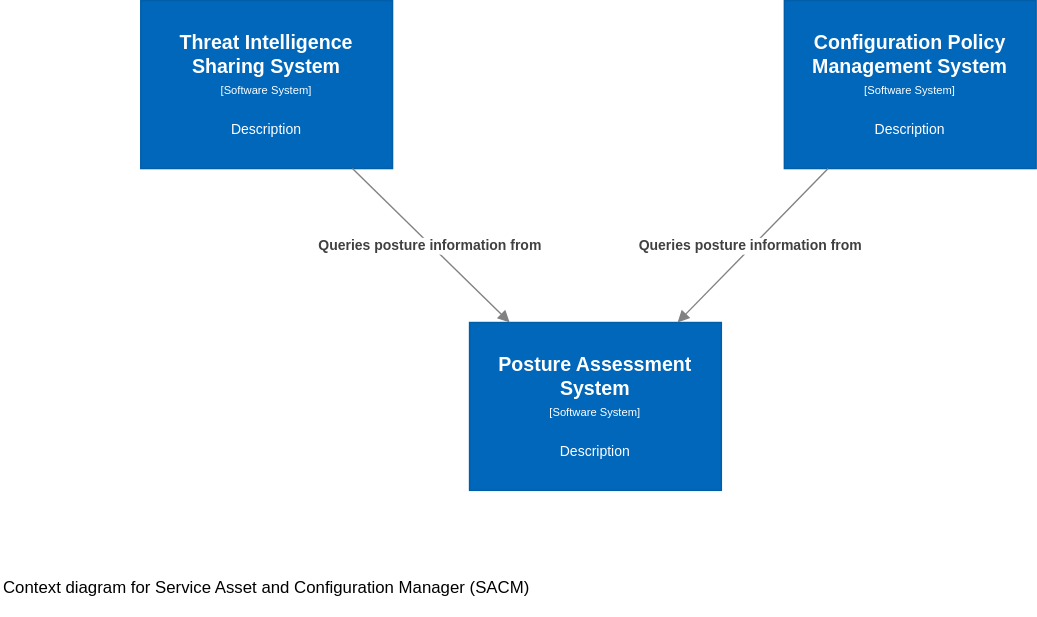
opencybersecurityalliance/documentation keeps this draw.io diagram as Architecture Documents/scap-context.svg. Above is the earlier version. Source tidied: cells renumbered, new cells last; positions are measured from the earlier drawing's top-left corner, leaving out a move shared by most shapes. The source it was exported from:
```xml
<mxGraphModel>
  <root>
    <mxCell id="0" />
    <mxCell id="1" parent="0" />
    <object id="2" label="&lt;div&gt;&lt;span style=&quot;font-size: 14px&quot;&gt;&lt;b&gt;Posture Assessment System&lt;/b&gt;&lt;/span&gt;&lt;/div&gt;&lt;div&gt;&lt;span style=&quot;font-size: 8px&quot;&gt;[Software System]&lt;/span&gt;&lt;/div&gt;&lt;div&gt;&lt;span style=&quot;font-size: 8px&quot;&gt;&lt;br&gt;&lt;/span&gt;&lt;/div&gt;&lt;div&gt;&lt;font size=&quot;1&quot;&gt;%description%&lt;/font&gt;&lt;/div&gt;" description="Description" name="Software System Name" placeholders="1">
      <mxCell style="rounded=0;whiteSpace=wrap;html=1;fillColor=#0067BA;fontColor=#FFFFFF;strokeColor=#005DA8;" parent="1" vertex="1">
        <mxGeometry x="335" y="230" width="180" height="120" as="geometry" />
      </mxCell>
    </object>
    <object id="3" label="&lt;div&gt;&lt;span style=&quot;font-size: 14px&quot;&gt;&lt;b&gt;Threat Intelligence Sharing System&lt;/b&gt;&lt;/span&gt;&lt;/div&gt;&lt;div&gt;&lt;span style=&quot;font-size: 8px&quot;&gt;[Software System]&lt;/span&gt;&lt;br&gt;&lt;/div&gt;&lt;div&gt;&lt;span style=&quot;font-size: 8px&quot;&gt;&lt;br&gt;&lt;/span&gt;&lt;/div&gt;&lt;div&gt;&lt;font size=&quot;1&quot;&gt;%description%&lt;/font&gt;&lt;/div&gt;" description="Description" name="Software System Name" placeholders="1">
      <mxCell style="rounded=0;whiteSpace=wrap;html=1;fillColor=#0067BA;fontColor=#FFFFFF;strokeColor=#005DA8;" parent="1" vertex="1">
        <mxGeometry x="100" width="180" height="120" as="geometry" />
      </mxCell>
    </object>
    <object id="4" label="&lt;div&gt;&lt;span style=&quot;font-size: 14px&quot;&gt;&lt;b&gt;Configuration Policy Management System&lt;/b&gt;&lt;/span&gt;&lt;/div&gt;&lt;div&gt;&lt;span style=&quot;font-size: 8px&quot;&gt;[Software System]&lt;/span&gt;&lt;br&gt;&lt;/div&gt;&lt;div&gt;&lt;span style=&quot;font-size: 8px&quot;&gt;&lt;br&gt;&lt;/span&gt;&lt;/div&gt;&lt;div&gt;&lt;font size=&quot;1&quot;&gt;%description%&lt;/font&gt;&lt;/div&gt;" description="Description" name="Software System Name" placeholders="1">
      <mxCell style="rounded=0;whiteSpace=wrap;html=1;fillColor=#0067BA;fontColor=#FFFFFF;strokeColor=#005DA8;" parent="1" vertex="1">
        <mxGeometry x="560" width="180" height="120" as="geometry" />
      </mxCell>
    </object>
    <object id="5" label="&lt;span style=&quot;font-size: 10px&quot;&gt;&lt;b&gt;Queries posture information from&amp;nbsp;&lt;/b&gt;&lt;br&gt;&lt;/span&gt;" name="Data Flow Item Name" placeholders="1" technology="HTTP">
      <mxCell style="endArrow=block;html=1;fontSize=10;fontColor=#404040;strokeWidth=1;endFill=1;strokeColor=#828282;elbow=vertical;" parent="1" edge="1" source="3" target="2">
        <mxGeometry relative="1" as="geometry" />
      </mxCell>
    </object>
    <object id="6" label="&lt;span style=&quot;font-size: 10px&quot;&gt;&lt;b&gt;Queries posture information from&amp;nbsp;&lt;/b&gt;&lt;br&gt;&lt;/span&gt;" name="Data Flow Item Name" placeholders="1" technology="HTTP">
      <mxCell style="endArrow=block;html=1;fontSize=10;fontColor=#404040;strokeWidth=1;endFill=1;strokeColor=#828282;elbow=vertical;" parent="1" edge="1" source="4" target="2">
        <mxGeometry relative="1" as="geometry" />
      </mxCell>
    </object>
    <mxCell id="7" value="Context diagram for Service Asset and Configuration Manager (SACM)&lt;br&gt;" style="text;html=1;strokeColor=none;fillColor=none;align=left;verticalAlign=middle;whiteSpace=wrap;rounded=0;" parent="1" vertex="1">
      <mxGeometry y="400" width="430" height="40" as="geometry" />
    </mxCell>
  </root>
</mxGraphModel>
```
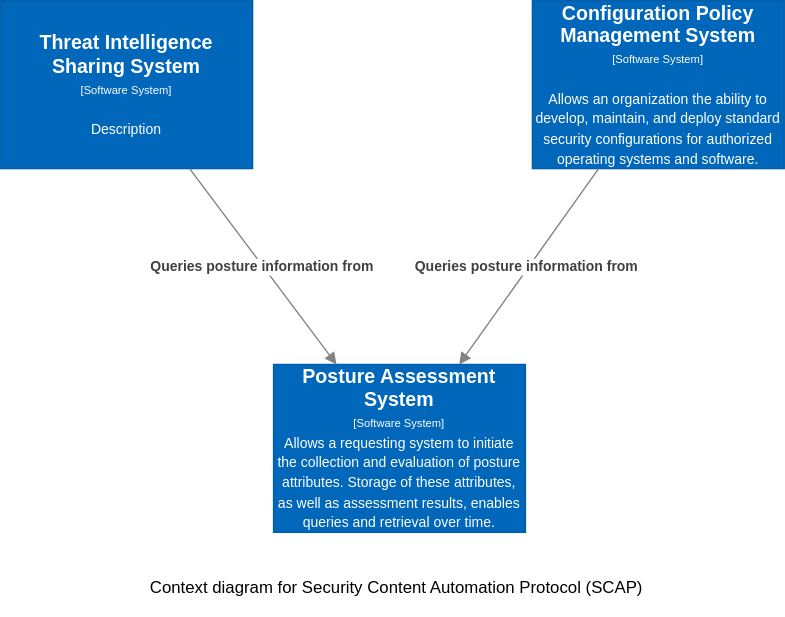
Above is the later version.

Commit message:
Re-export the SVGs

Change to the diagram source:
```diff
@@ -2,19 +2,19 @@
   <root>
     <mxCell id="0" />
     <mxCell id="1" parent="0" />
-    <object id="2" label="&lt;div&gt;&lt;span style=&quot;font-size: 14px&quot;&gt;&lt;b&gt;Posture Assessment System&lt;/b&gt;&lt;/span&gt;&lt;/div&gt;&lt;div&gt;&lt;span style=&quot;font-size: 8px&quot;&gt;[Software System]&lt;/span&gt;&lt;/div&gt;&lt;div&gt;&lt;span style=&quot;font-size: 8px&quot;&gt;&lt;br&gt;&lt;/span&gt;&lt;/div&gt;&lt;div&gt;&lt;font size=&quot;1&quot;&gt;%description%&lt;/font&gt;&lt;/div&gt;" description="Description" name="Software System Name" placeholders="1">
+    <object id="2" label="&lt;div&gt;&lt;span style=&quot;font-size: 14px&quot;&gt;&lt;b&gt;Posture Assessment System&lt;/b&gt;&lt;/span&gt;&lt;/div&gt;&lt;div&gt;&lt;span style=&quot;font-size: 8px&quot;&gt;[Software System]&lt;/span&gt;&lt;/div&gt;&lt;div&gt;&lt;font size=&quot;1&quot;&gt;Allows a requesting system to initiate the collection and evaluation of posture attributes. Storage of these attributes, as well as assessment results, enables queries and retrieval over time.&lt;/font&gt;&lt;/div&gt;" description="Description" name="Software System Name" placeholders="1">
       <mxCell style="rounded=0;whiteSpace=wrap;html=1;fillColor=#0067BA;fontColor=#FFFFFF;strokeColor=#005DA8;" parent="1" vertex="1">
-        <mxGeometry x="335" y="230" width="180" height="120" as="geometry" />
+        <mxGeometry x="-1365" y="220" width="180" height="120" as="geometry" />
       </mxCell>
     </object>
     <object id="3" label="&lt;div&gt;&lt;span style=&quot;font-size: 14px&quot;&gt;&lt;b&gt;Threat Intelligence Sharing System&lt;/b&gt;&lt;/span&gt;&lt;/div&gt;&lt;div&gt;&lt;span style=&quot;font-size: 8px&quot;&gt;[Software System]&lt;/span&gt;&lt;br&gt;&lt;/div&gt;&lt;div&gt;&lt;span style=&quot;font-size: 8px&quot;&gt;&lt;br&gt;&lt;/span&gt;&lt;/div&gt;&lt;div&gt;&lt;font size=&quot;1&quot;&gt;%description%&lt;/font&gt;&lt;/div&gt;" description="Description" name="Software System Name" placeholders="1">
       <mxCell style="rounded=0;whiteSpace=wrap;html=1;fillColor=#0067BA;fontColor=#FFFFFF;strokeColor=#005DA8;" parent="1" vertex="1">
-        <mxGeometry x="100" width="180" height="120" as="geometry" />
+        <mxGeometry x="-1560" y="-40" width="180" height="120" as="geometry" />
       </mxCell>
     </object>
-    <object id="4" label="&lt;div&gt;&lt;span style=&quot;font-size: 14px&quot;&gt;&lt;b&gt;Configuration Policy Management System&lt;/b&gt;&lt;/span&gt;&lt;/div&gt;&lt;div&gt;&lt;span style=&quot;font-size: 8px&quot;&gt;[Software System]&lt;/span&gt;&lt;br&gt;&lt;/div&gt;&lt;div&gt;&lt;span style=&quot;font-size: 8px&quot;&gt;&lt;br&gt;&lt;/span&gt;&lt;/div&gt;&lt;div&gt;&lt;font size=&quot;1&quot;&gt;%description%&lt;/font&gt;&lt;/div&gt;" description="Description" name="Software System Name" placeholders="1">
+    <object id="4" label="&lt;div&gt;&lt;span style=&quot;font-size: 14px&quot;&gt;&lt;b&gt;Configuration Policy Management System&lt;/b&gt;&lt;/span&gt;&lt;/div&gt;&lt;div&gt;&lt;span style=&quot;font-size: 8px&quot;&gt;[Software System]&lt;/span&gt;&lt;br&gt;&lt;/div&gt;&lt;div&gt;&lt;span style=&quot;font-size: 8px&quot;&gt;&lt;br&gt;&lt;/span&gt;&lt;/div&gt;&lt;div&gt;&lt;font size=&quot;1&quot;&gt;Allows an organization the ability to develop, maintain, and deploy standard security configurations for authorized operating systems and software.&lt;/font&gt;&lt;/div&gt;" description="Description" name="Software System Name" placeholders="1">
       <mxCell style="rounded=0;whiteSpace=wrap;html=1;fillColor=#0067BA;fontColor=#FFFFFF;strokeColor=#005DA8;" parent="1" vertex="1">
-        <mxGeometry x="560" width="180" height="120" as="geometry" />
+        <mxGeometry x="-1180" y="-40" width="180" height="120" as="geometry" />
       </mxCell>
     </object>
     <object id="5" label="&lt;span style=&quot;font-size: 10px&quot;&gt;&lt;b&gt;Queries posture information from&amp;nbsp;&lt;/b&gt;&lt;br&gt;&lt;/span&gt;" name="Data Flow Item Name" placeholders="1" technology="HTTP">
@@ -27,8 +27,8 @@
         <mxGeometry relative="1" as="geometry" />
       </mxCell>
     </object>
-    <mxCell id="7" value="Context diagram for Service Asset and Configuration Manager (SACM)&lt;br&gt;" style="text;html=1;strokeColor=none;fillColor=none;align=left;verticalAlign=middle;whiteSpace=wrap;rounded=0;" parent="1" vertex="1">
-      <mxGeometry y="400" width="430" height="40" as="geometry" />
+    <mxCell id="7" value="Context diagram for Security Content Automation Protocol (SCAP)" style="text;html=1;strokeColor=none;fillColor=none;align=left;verticalAlign=middle;whiteSpace=wrap;rounded=0;" parent="1" vertex="1">
+      <mxGeometry x="-1455" y="360" width="360" height="40" as="geometry" />
     </mxCell>
   </root>
 </mxGraphModel>
```
